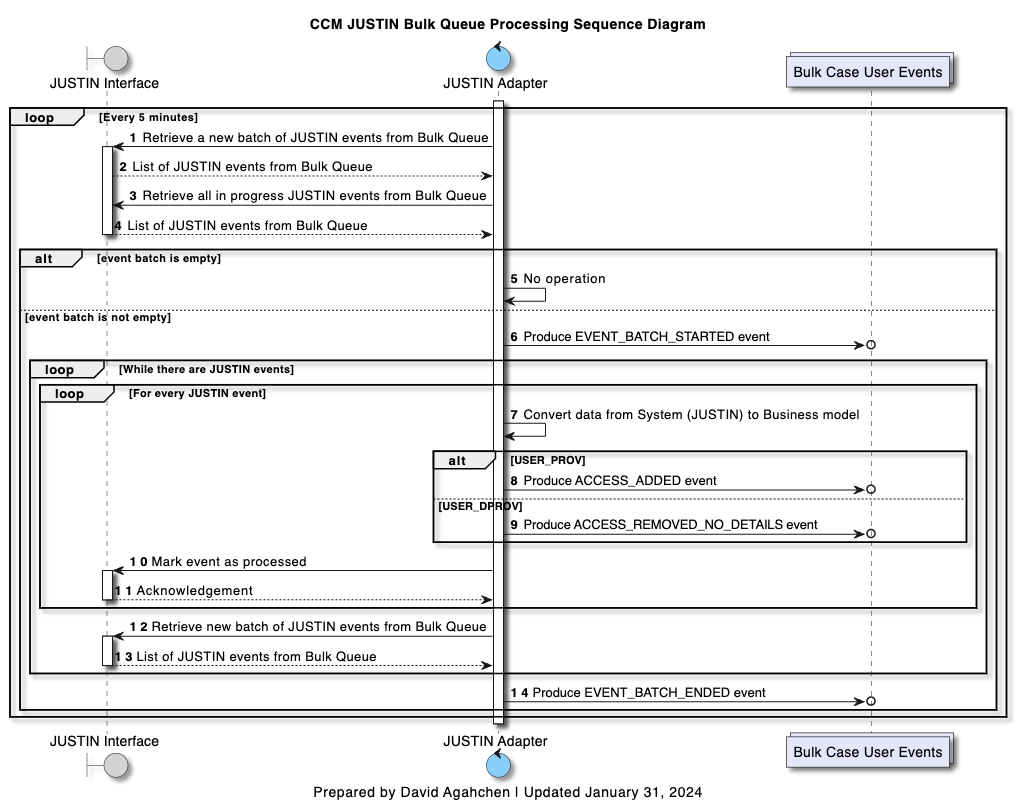
This is diagrams/img/ccm_justin_bulk_queue_processing_sequence_diagram.png from bcgov/jpss-jade-ccm, a PlantUML export, as it was before one commit. Its source is kept beside it as diagrams/ccm_justin_bulk_queue_processing_sequence_diagram.plantuml.
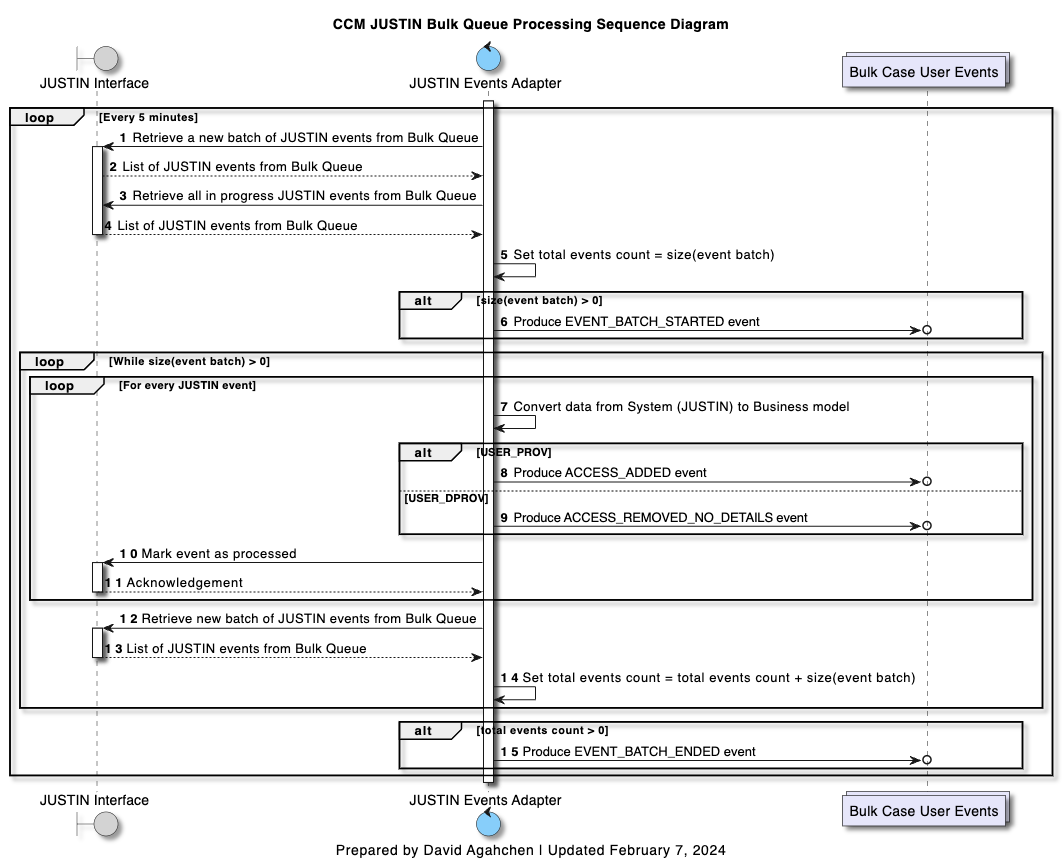
After the change.

What changed in the source:
```diff
@@ -7,7 +7,7 @@
 
 
 boundary j_interface as "JUSTIN Interface"
-control j_adapter as "JUSTIN Adapter"
+control j_adapter as "JUSTIN Events Adapter"
 collections bulk_case_users_topic as "Bulk Case User Events"
 
 title
@@ -26,31 +26,35 @@
     j_interface --> j_adapter: List of JUSTIN events from Bulk Queue
     deactivate j_interface
 
-    alt event batch is empty
-        j_adapter -> j_adapter: No operation
-    else event batch is not empty
+    j_adapter -> j_adapter: Set total events count = size(event batch)
+
+    alt size(event batch) > 0
         j_adapter ->o bulk_case_users_topic : Produce EVENT_BATCH_STARTED event
+    end
 
-        loop While there are JUSTIN events
-            loop For every JUSTIN event
-                j_adapter -> j_adapter: Convert data from System (JUSTIN) to Business model
-                alt USER_PROV
-                    j_adapter ->o bulk_case_users_topic: Produce ACCESS_ADDED event
-                else USER_DPROV
-                    j_adapter ->o bulk_case_users_topic: Produce ACCESS_REMOVED_NO_DETAILS event
-                end
-                j_adapter -> j_interface: Mark event as processed
-                activate j_interface
-                j_interface --> j_adapter: Acknowledgement
-                deactivate j_interface
+    loop While size(event batch) > 0
+        loop For every JUSTIN event
+            j_adapter -> j_adapter: Convert data from System (JUSTIN) to Business model
+            alt USER_PROV
+                j_adapter ->o bulk_case_users_topic: Produce ACCESS_ADDED event
+            else USER_DPROV
+                j_adapter ->o bulk_case_users_topic: Produce ACCESS_REMOVED_NO_DETAILS event
             end
-
-            j_adapter-> j_interface: Retrieve new batch of JUSTIN events from Bulk Queue
+            j_adapter -> j_interface: Mark event as processed
             activate j_interface
-            j_interface --> j_adapter: List of JUSTIN events from Bulk Queue
+            j_interface --> j_adapter: Acknowledgement
             deactivate j_interface
         end
 
+        j_adapter-> j_interface: Retrieve new batch of JUSTIN events from Bulk Queue
+        activate j_interface
+        j_interface --> j_adapter: List of JUSTIN events from Bulk Queue
+        deactivate j_interface
+
+        j_adapter -> j_adapter: Set total events count = total events count + size(event batch)
+    end
+
+    alt total events count > 0
         j_adapter ->o bulk_case_users_topic : Produce EVENT_BATCH_ENDED event
     end
 end
@@ -58,6 +62,6 @@
 deactivate j_adapter
 
 caption
-Prepared by David Agahchen | Updated January 31, 2024
+Prepared by David Agahchen | Updated February 7, 2024
 end caption
 @enduml
```
